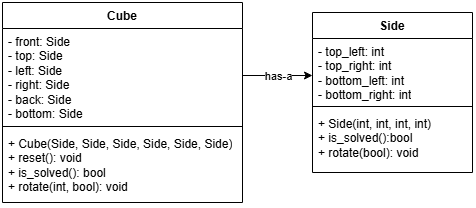
meganicolewing/CSC372 keeps this draw.io diagram as A1/A1.drawio.png. Above is the earlier version. Source tidied: cells renumbered, new cells last; positions are measured from the earlier drawing's top-left corner, leaving out a move shared by most shapes.
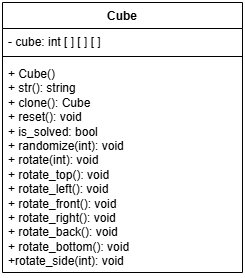
The same file after the commit.

Commit message:
revised uml to with simplified Cube class design

Diff of the diagram source:
```diff
@@ -3,36 +3,16 @@
     <mxCell id="0" />
     <mxCell id="1" parent="0" />
     <mxCell id="2" value="Cube" style="swimlane;fontStyle=1;align=center;verticalAlign=top;horizontal=1;startSize=26;whiteSpace=wrap;html=1;" parent="1" vertex="1">
-      <mxGeometry width="240" height="200" as="geometry" />
+      <mxGeometry width="240" height="270" as="geometry" />
     </mxCell>
-    <mxCell id="3" value="- front: Side&lt;div&gt;- top: Side&lt;/div&gt;&lt;div&gt;- left: Side&lt;/div&gt;&lt;div&gt;- right: Side&lt;/div&gt;&lt;div&gt;- back: Side&lt;/div&gt;&lt;div&gt;- bottom: Side&lt;/div&gt;" style="text;strokeColor=none;fillColor=none;align=left;verticalAlign=top;spacingLeft=4;spacingRight=4;overflow=hidden;points=[[0,0.5],[1,0.5]];portConstraint=eastwest;whiteSpace=wrap;html=1;" parent="2" vertex="1">
-      <mxGeometry y="26" width="240" height="94" as="geometry" />
+    <mxCell id="3" value="- cube: int [ ] [ ] [ ]" style="text;strokeColor=none;fillColor=none;align=left;verticalAlign=top;spacingLeft=4;spacingRight=4;overflow=hidden;points=[[0,0.5],[1,0.5]];portConstraint=eastwest;whiteSpace=wrap;html=1;" parent="2" vertex="1">
+      <mxGeometry y="26" width="240" height="24" as="geometry" />
     </mxCell>
     <mxCell id="4" style="line;strokeWidth=1;fillColor=none;align=left;verticalAlign=middle;spacingTop=-1;spacingLeft=3;spacingRight=3;labelPosition=right;strokeColor=inherit;" parent="2" vertex="1">
-      <mxGeometry y="120" width="240" height="8" as="geometry" />
+      <mxGeometry y="50" width="240" height="8" as="geometry" />
     </mxCell>
-    <mxCell id="5" value="+ Cube(Side, Side, Side, Side, Side, Side)&lt;div&gt;+ reset(): void&lt;/div&gt;&lt;div&gt;+ is_solved(): bool&lt;/div&gt;&lt;div&gt;+ rotate(int, bool): void&lt;/div&gt;" style="text;strokeColor=none;fillColor=none;align=left;verticalAlign=top;spacingLeft=4;spacingRight=4;overflow=hidden;whiteSpace=wrap;html=1;" parent="2" vertex="1">
-      <mxGeometry y="128" width="240" height="72" as="geometry" />
+    <mxCell id="5" value="+ Cube()&lt;div&gt;+ str(): string&lt;/div&gt;&lt;div&gt;+ clone(): Cube&lt;/div&gt;&lt;div&gt;+ reset(): void&lt;/div&gt;&lt;div&gt;+ is_solved: bool&lt;/div&gt;&lt;div&gt;+ randomize(int): void&lt;/div&gt;&lt;div&gt;+ rotate(int): void&lt;/div&gt;&lt;div&gt;+ rotate_top(): void&lt;/div&gt;&lt;div&gt;+ rotate_left(): void&lt;/div&gt;&lt;div&gt;+ rotate_front(): void&lt;/div&gt;&lt;div&gt;+ rotate_right(): void&lt;/div&gt;&lt;div&gt;+ rotate_back(): void&lt;/div&gt;&lt;div&gt;+ rotate_bottom(): void&lt;/div&gt;&lt;div&gt;+rotate_side(int): void&lt;/div&gt;" style="text;strokeColor=none;fillColor=none;align=left;verticalAlign=top;spacingLeft=4;spacingRight=4;overflow=hidden;whiteSpace=wrap;html=1;" parent="2" vertex="1">
+      <mxGeometry y="58" width="240" height="212" as="geometry" />
     </mxCell>
-    <mxCell id="6" value="Side" style="swimlane;fontStyle=1;align=center;verticalAlign=top;horizontal=1;startSize=26;whiteSpace=wrap;html=1;" parent="1" vertex="1">
-      <mxGeometry x="310" y="10" width="160" height="160" as="geometry" />
-    </mxCell>
-    <mxCell id="7" value="- top_left: int&lt;div&gt;- top_right: int&lt;/div&gt;&lt;div&gt;- bottom_left: int&lt;/div&gt;&lt;div&gt;- bottom_right: int&lt;/div&gt;" style="text;strokeColor=none;fillColor=none;align=left;verticalAlign=top;spacingLeft=4;spacingRight=4;overflow=hidden;whiteSpace=wrap;html=1;" parent="6" vertex="1">
-      <mxGeometry y="26" width="160" height="64" as="geometry" />
-    </mxCell>
-    <mxCell id="8" style="line;strokeWidth=1;fillColor=none;align=left;verticalAlign=middle;spacingTop=-1;spacingLeft=3;spacingRight=3;labelPosition=right;strokeColor=inherit;" parent="6" vertex="1">
-      <mxGeometry y="90" width="160" height="8" as="geometry" />
-    </mxCell>
-    <mxCell id="9" value="+ Side(int, int, int, int)&lt;div&gt;+ is_solved():bool&lt;/div&gt;&lt;div&gt;+ rotate(bool): void&lt;/div&gt;" style="text;strokeColor=none;fillColor=none;align=left;verticalAlign=top;spacingLeft=4;spacingRight=4;overflow=hidden;whiteSpace=wrap;html=1;" parent="6" vertex="1">
-      <mxGeometry y="98" width="160" height="62" as="geometry" />
-    </mxCell>
-    <mxCell id="10" style="rounded=0;jettySize=auto;html=1;edgeStyle=orthogonalEdgeStyle;" parent="1" edge="1" source="3">
-      <mxGeometry relative="1" as="geometry">
-        <mxPoint x="310" y="73" as="targetPoint" />
-      </mxGeometry>
-    </mxCell>
-    <mxCell id="11" value="has-a" style="edgeLabel;html=1;align=center;verticalAlign=middle;" parent="10" vertex="1">
-      <mxGeometry x="0.03" relative="1" as="geometry" />
-    </mxCell>
   </root>
 </mxGraphModel>
```
